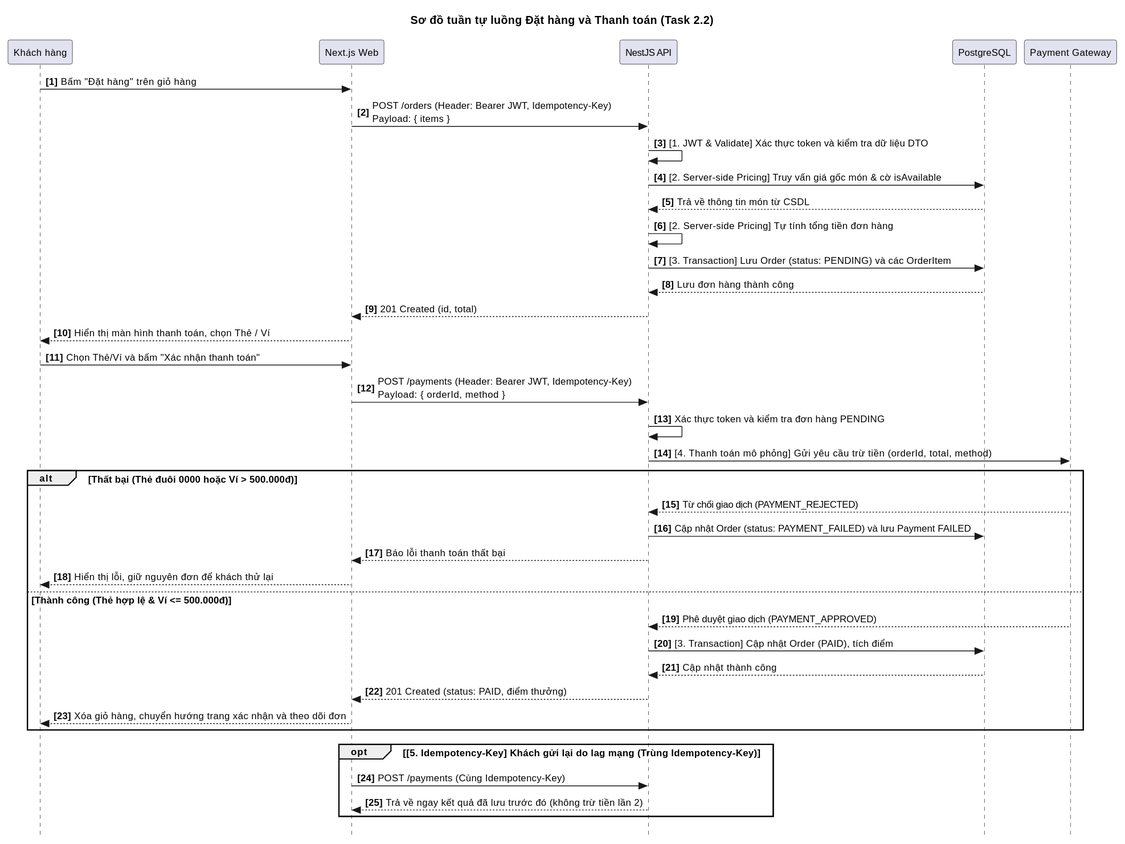
This is docs/diagrams/sequence-checkout.svg from Longcodepro/Project_SE_Assignment02_HK1_2026_2027, a PlantUML export, as it was before one commit.
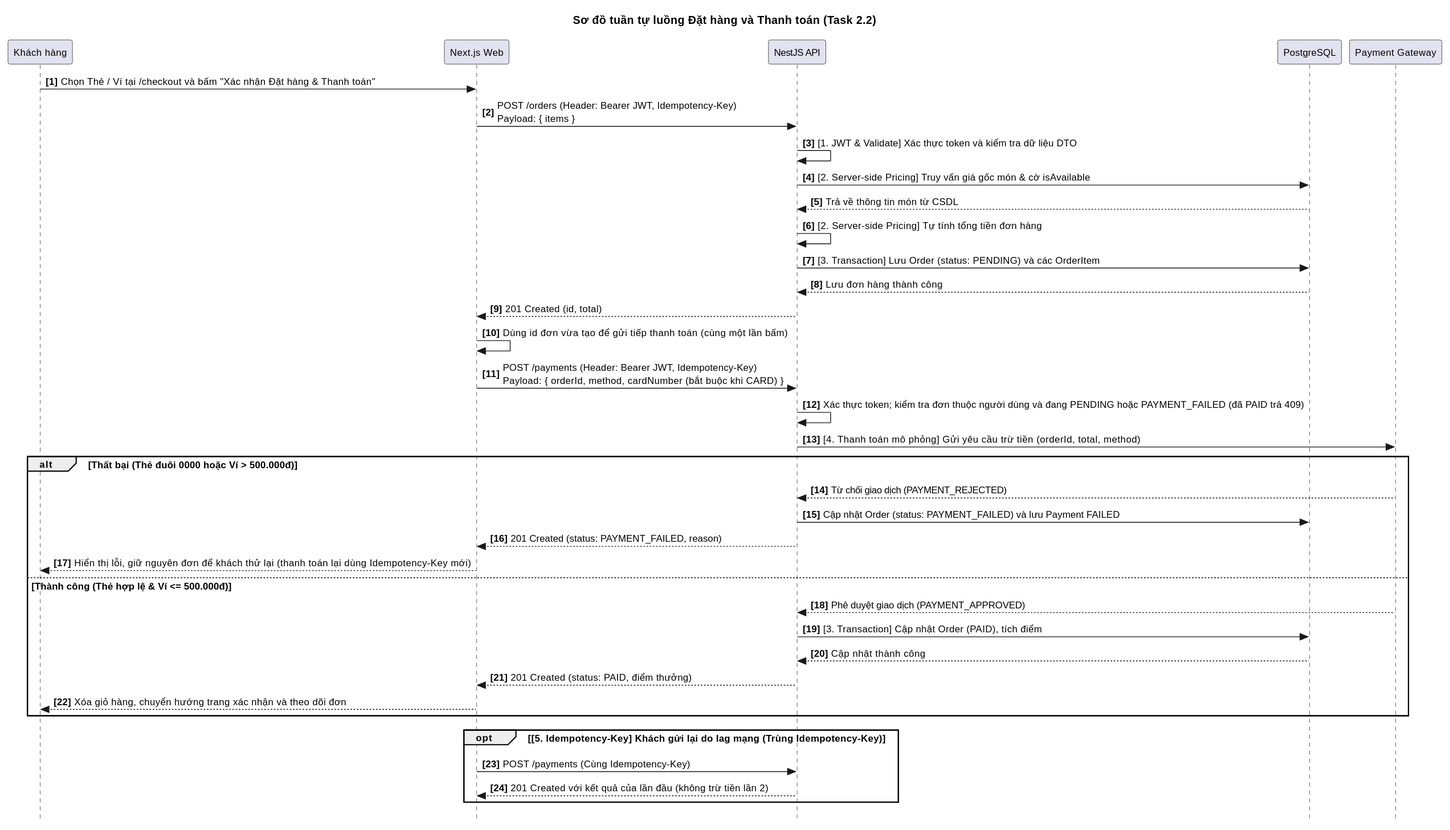
Later version of the same file.

Commit message:
docs(task-2.2): sửa sequence checkout: cardNumber, thanh toán lại, 201 khi thất bại, bỏ transactionId và LoyaltyTransaction

What changed in the source:
```diff
@@ -14,7 +14,7 @@
 
 autonumber 1 "<b>[0]</b>"
 
-Customer -> Web : Bấm "Đặt hàng" trên giỏ hàng
+Customer -> Web : Chọn Thẻ / Ví tại /checkout và bấm "Xác nhận Đặt hàng & Thanh toán"
 Web -> API : POST /orders (Header: Bearer JWT, Idempotency-Key)\nPayload: { items }
 
 API -> API : [1. JWT & Validate] Xác thực token và kiểm tra dữ liệu DTO
@@ -26,19 +26,18 @@
 DB --> API : Lưu đơn hàng thành công
 
 API --> Web : 201 Created (id, total)
-Web --> Customer : Hiển thị màn hình thanh toán, chọn Thẻ / Ví
+Web -> Web : Dùng id đơn vừa tạo để gửi tiếp thanh toán (cùng một lần bấm)
 
-Customer -> Web : Chọn Thẻ/Ví và bấm "Xác nhận thanh toán"
-Web -> API : POST /payments (Header: Bearer JWT, Idempotency-Key)\nPayload: { orderId, method }
+Web -> API : POST /payments (Header: Bearer JWT, Idempotency-Key)\nPayload: { orderId, method, cardNumber (bắt buộc khi CARD) }
 
-API -> API : Xác thực token và kiểm tra đơn hàng PENDING
+API -> API : Xác thực token; kiểm tra đơn thuộc người dùng và đang PENDING hoặc PAYMENT_FAILED (đã PAID trả 409)
 API -> PG : [4. Thanh toán mô phỏng] Gửi yêu cầu trừ tiền (orderId, total, method)
 
 alt Thất bại (Thẻ đuôi 0000 hoặc Ví > 500.000đ)
     PG --> API : Từ chối giao dịch (PAYMENT_REJECTED)
     API -> DB : Cập nhật Order (status: PAYMENT_FAILED) và lưu Payment FAILED
-    API --> Web : Báo lỗi thanh toán thất bại
-    Web --> Customer : Hiển thị lỗi, giữ nguyên đơn để khách thử lại
+    API --> Web : 201 Created (status: PAYMENT_FAILED, reason)
+    Web --> Customer : Hiển thị lỗi, giữ nguyên đơn để khách thử lại (thanh toán lại dùng Idempotency-Key mới)
 else Thành công (Thẻ hợp lệ & Ví <= 500.000đ)
     PG --> API : Phê duyệt giao dịch (PAYMENT_APPROVED)
     API -> DB : [3. Transaction] Cập nhật Order (PAID), tích điểm
@@ -49,6 +48,6 @@
 
 opt [5. Idempotency-Key] Khách gửi lại do lag mạng (Trùng Idempotency-Key)
     Web -> API : POST /payments (Cùng Idempotency-Key)
-    API --> Web : Trả về ngay kết quả đã lưu trước đó (không trừ tiền lần 2)
+    API --> Web : 201 Created với kết quả của lần đầu (không trừ tiền lần 2)
 end
 @enduml
```
